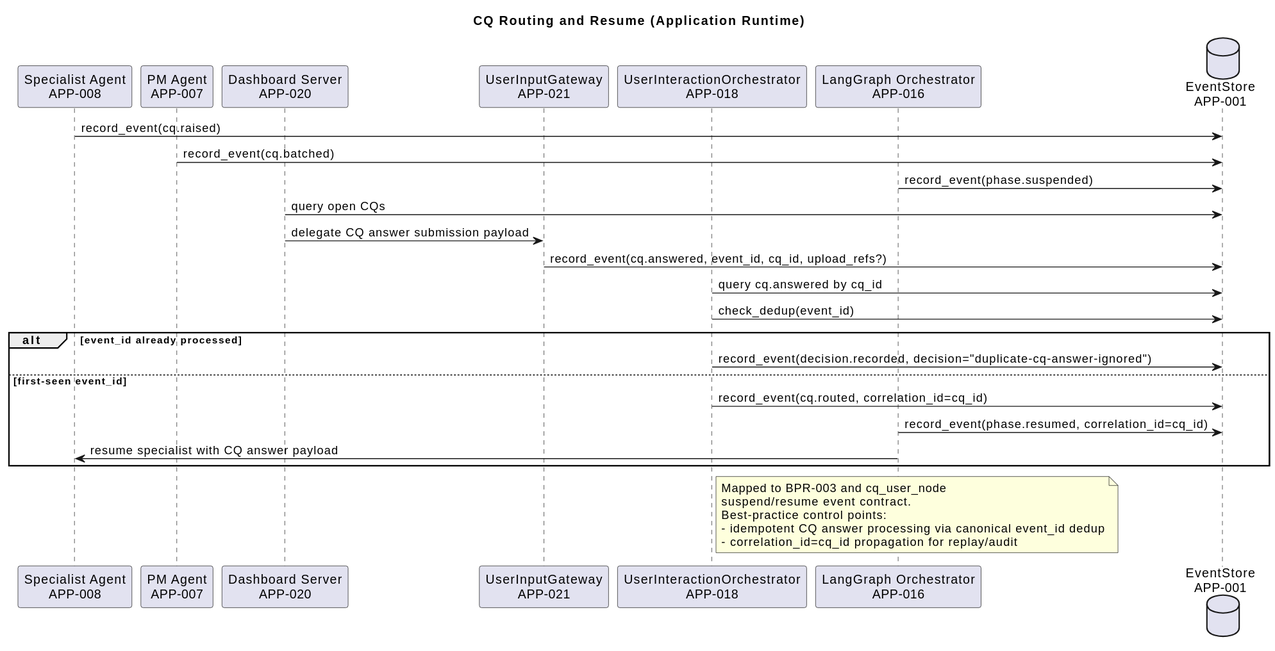
The PlantUML diagram engagements/ENG-001/work-repositories/architecture-repository/diagram-catalog/rendered/runtime-sequence-cq-routing-resume-v1.svg in mbauer83/sdlc-multi-agent-system, before a commit.
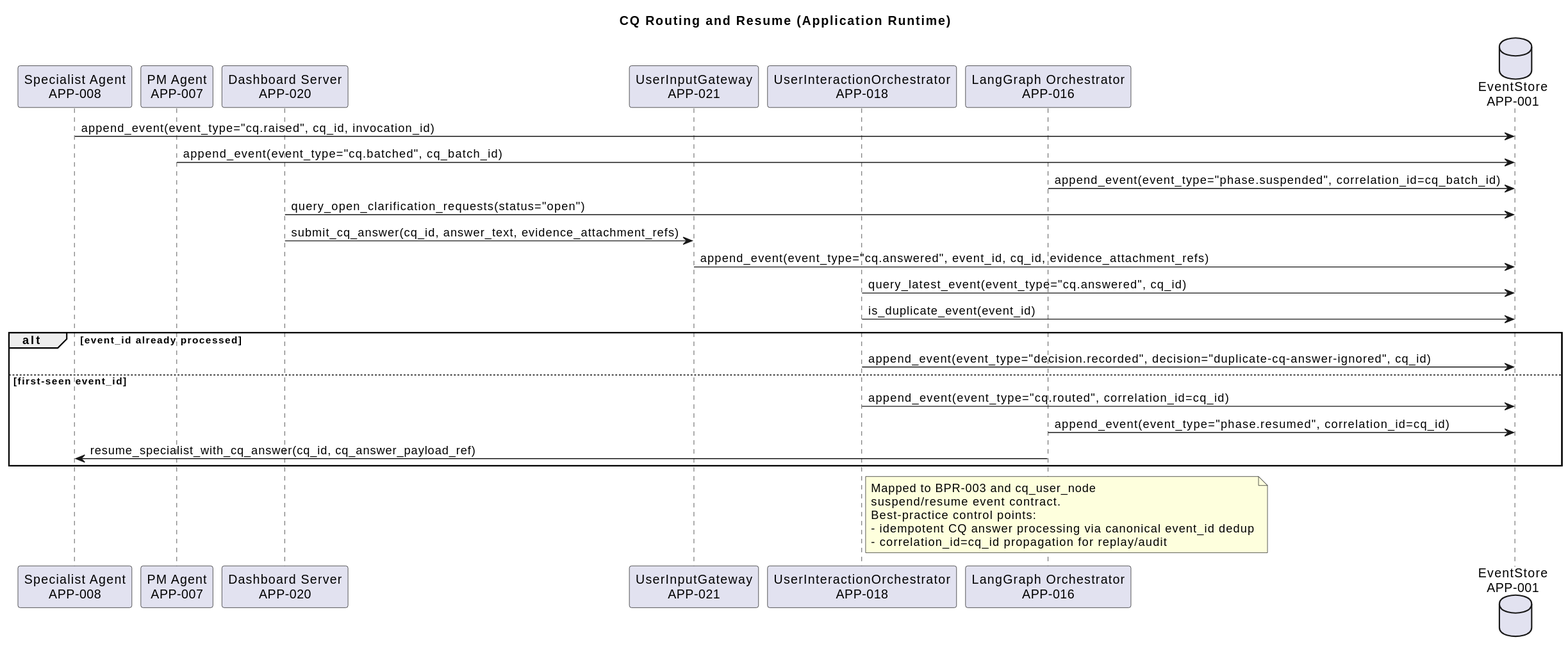
Above is the later version.

Diff of the diagram source:
```diff
@@ -9,21 +9,21 @@
 participant "LangGraph Orchestrator\nAPP-016" as APP_016
 database "EventStore\nAPP-001" as APP_001
 
-APP_008 -> APP_001: record_event(cq.raised)
-APP_007 -> APP_001: record_event(cq.batched)
-APP_016 -> APP_001: record_event(phase.suspended)
+APP_008 -> APP_001: append_event(event_type="cq.raised", cq_id, invocation_id)
+APP_007 -> APP_001: append_event(event_type="cq.batched", cq_batch_id)
+APP_016 -> APP_001: append_event(event_type="phase.suspended", correlation_id=cq_batch_id)
 
-APP_020 -> APP_001: query open CQs
-APP_020 -> APP_021: delegate CQ answer submission payload
-APP_021 -> APP_001: record_event(cq.answered, event_id, cq_id, upload_refs?)
-APP_018 -> APP_001: query cq.answered by cq_id
-APP_018 -> APP_001: check_dedup(event_id)
+APP_020 -> APP_001: query_open_clarification_requests(status="open")
+APP_020 -> APP_021: submit_cq_answer(cq_id, answer_text, evidence_attachment_refs)
+APP_021 -> APP_001: append_event(event_type="cq.answered", event_id, cq_id, evidence_attachment_refs)
+APP_018 -> APP_001: query_latest_event(event_type="cq.answered", cq_id)
+APP_018 -> APP_001: is_duplicate_event(event_id)
 alt event_id already processed
-	APP_018 -> APP_001: record_event(decision.recorded, decision="duplicate-cq-answer-ignored")
+	APP_018 -> APP_001: append_event(event_type="decision.recorded", decision="duplicate-cq-answer-ignored", cq_id)
 else first-seen event_id
-	APP_018 -> APP_001: record_event(cq.routed, correlation_id=cq_id)
-	APP_016 -> APP_001: record_event(phase.resumed, correlation_id=cq_id)
-	APP_016 -> APP_008: resume specialist with CQ answer payload
+	APP_018 -> APP_001: append_event(event_type="cq.routed", correlation_id=cq_id)
+	APP_016 -> APP_001: append_event(event_type="phase.resumed", correlation_id=cq_id)
+	APP_016 -> APP_008: resume_specialist_with_cq_answer(cq_id, cq_answer_payload_ref)
 end
 
 note right of APP_018
```
